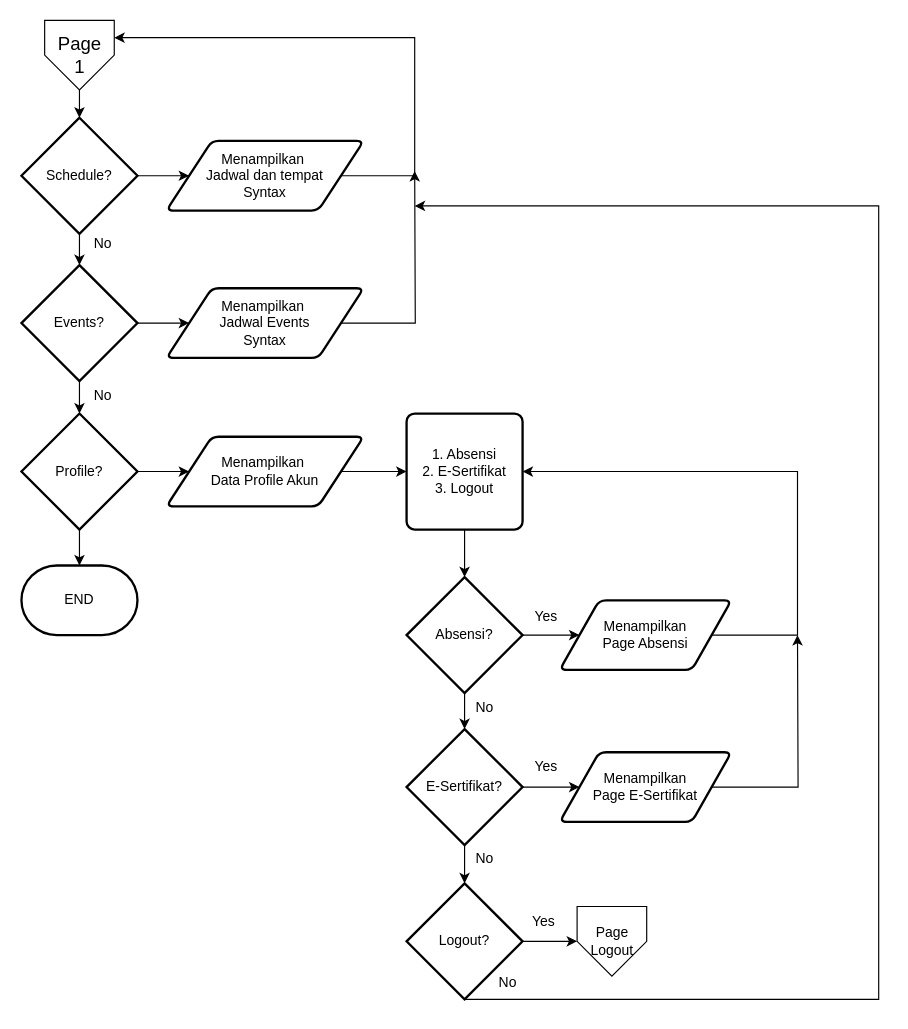
The draw.io diagram PG1.drawio in dapzz-id/DrawIO, before the edit. Source tidied: cells renumbered, new cells numbered last; positions are measured from the earlier drawing's top-left corner, leaving out a move shared by most shapes. Both pictures are drawn from the tidied source at 116%, with x=0, y=0 at pixel (21, 20).
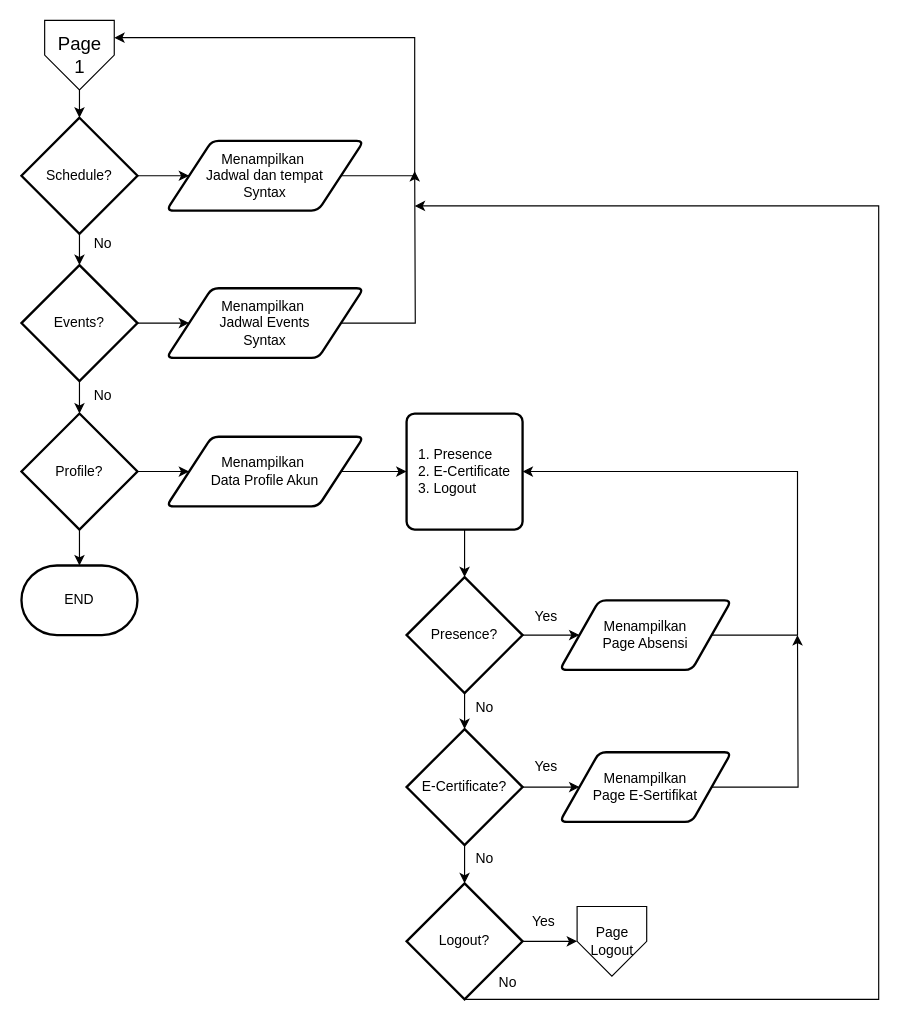
The same diagram, later.

Change to the diagram source:
```diff
@@
-    <mxCell id="23" value="1. Absensi&lt;div&gt;2. E-Sertifikat&lt;/div&gt;&lt;div&gt;3. Logout&lt;/div&gt;" style="rounded=1;whiteSpace=wrap;html=1;absoluteArcSize=1;arcSize=14;strokeWidth=2;" parent="1" vertex="1">
+    <mxCell id="23" value="&lt;div style=&quot;text-align: justify;&quot;&gt;&lt;span style=&quot;background-color: initial;&quot;&gt;1. Presence&lt;/span&gt;&lt;/div&gt;&lt;div style=&quot;text-align: justify;&quot;&gt;2. E-Certificate&lt;/div&gt;&lt;div style=&quot;text-align: justify;&quot;&gt;3. Logout&lt;/div&gt;" style="rounded=1;whiteSpace=wrap;html=1;absoluteArcSize=1;arcSize=14;strokeWidth=2;" parent="1" vertex="1">
       <mxGeometry x="332" y="339" width="100" height="100" as="geometry" />
     </mxCell>
@@
-    <mxCell id="26" value="Absensi?" style="strokeWidth=2;html=1;shape=mxgraph.flowchart.decision;whiteSpace=wrap;" parent="1" vertex="1">
+    <mxCell id="26" value="Presence?" style="strokeWidth=2;html=1;shape=mxgraph.flowchart.decision;whiteSpace=wrap;" parent="1" vertex="1">
       <mxGeometry x="332" y="480" width="100" height="100" as="geometry" />
     </mxCell>
@@
-    <mxCell id="32" value="E-Sertifikat?" style="strokeWidth=2;html=1;shape=mxgraph.flowchart.decision;whiteSpace=wrap;" parent="1" vertex="1">
+    <mxCell id="32" value="E-Certificate?" style="strokeWidth=2;html=1;shape=mxgraph.flowchart.decision;whiteSpace=wrap;" parent="1" vertex="1">
       <mxGeometry x="332" y="611" width="100" height="100" as="geometry" />
     </mxCell>
```
